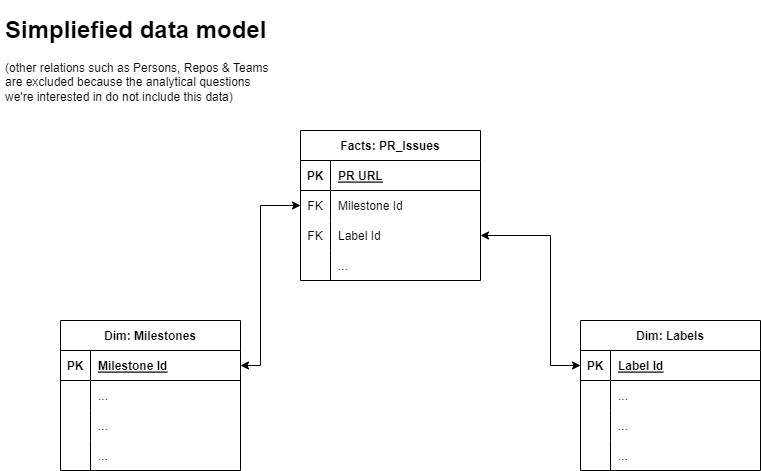
AndyLeGrand/mb-data-warehouse keeps this draw.io diagram as docs/data_model.png. Above is the earlier version. Source tidied: cells renumbered, new cells last; positions are measured from the earlier drawing's top-left corner, leaving out a move shared by most shapes.
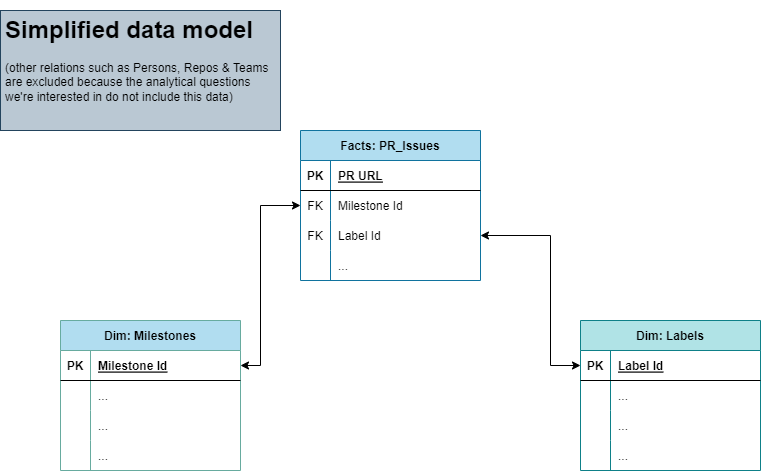
The same diagram one commit later.

Commit message:
added style of data model draw.io for better visualization

The edit, as a diff of the source:
```diff
@@ -2,7 +2,7 @@
   <root>
     <mxCell id="0" />
     <mxCell id="1" parent="0" />
-    <mxCell id="2" value="Facts: PR_Issues" style="shape=table;startSize=30;rowLines=0;fontStyle=1;align=center;" parent="1" vertex="1">
+    <mxCell id="2" value="Facts: PR_Issues" style="shape=table;startSize=30;rowLines=0;fontStyle=1;align=center;strokeColor=#10739e;fillColor=#b1ddf0;fontColor=#000000;" parent="1" vertex="1">
       <mxGeometry x="300" y="120" width="180" height="150" as="geometry" />
     </mxCell>
     <mxCell id="3" style="shape=tableRow;horizontal=0;startSize=0;swimlaneHead=0;swimlaneBody=0;fillColor=none;top=0;left=0;right=0;bottom=1;" parent="2" vertex="1">
@@ -41,7 +41,7 @@
     <mxCell id="14" value="..." style="shape=partialRectangle;fillColor=none;top=0;left=0;bottom=0;right=0;align=left;spacingLeft=6;overflow=hidden;" parent="12" vertex="1">
       <mxGeometry x="30" width="150" height="30" as="geometry" />
     </mxCell>
-    <mxCell id="15" value="Dim: Milestones" style="shape=table;startSize=30;rowLines=0;fontStyle=1;align=center;" parent="1" vertex="1">
+    <mxCell id="15" value="Dim: Milestones" style="shape=table;startSize=30;rowLines=0;fontStyle=1;align=center;fillColor=#b1ddf0;strokeColor=#67AB9F;fontColor=#000000;" parent="1" vertex="1">
       <mxGeometry x="60" y="310" width="180" height="150" as="geometry" />
     </mxCell>
     <mxCell id="16" style="shape=tableRow;horizontal=0;startSize=0;swimlaneHead=0;swimlaneBody=0;fillColor=none;points=[[0,0.5],[1,0.5]];portConstraint=eastwest;top=0;left=0;right=0;bottom=1;" parent="15" vertex="1">
@@ -80,7 +80,7 @@
     <mxCell id="27" value="..." style="shape=partialRectangle;fillColor=none;top=0;left=0;bottom=0;right=0;align=left;spacingLeft=6;overflow=hidden;" parent="25" vertex="1">
       <mxGeometry x="30" width="150" height="30" as="geometry" />
     </mxCell>
-    <mxCell id="28" value="Dim: Labels" style="shape=table;startSize=30;rowLines=0;fontStyle=1;align=center;" parent="1" vertex="1">
+    <mxCell id="28" value="Dim: Labels" style="shape=table;startSize=30;rowLines=0;fontStyle=1;align=center;fillColor=#b0e3e6;strokeColor=#0e8088;" parent="1" vertex="1">
       <mxGeometry x="580" y="310" width="180" height="150" as="geometry" />
     </mxCell>
     <mxCell id="29" style="shape=tableRow;horizontal=0;startSize=0;swimlaneHead=0;swimlaneBody=0;fillColor=none;points=[[0,0.5],[1,0.5]];portConstraint=eastwest;top=0;left=0;right=0;bottom=1;" parent="28" vertex="1">
@@ -135,7 +135,7 @@
         </Array>
       </mxGeometry>
     </mxCell>
-    <mxCell id="43" value="&lt;h1&gt;Simpliefied data model&lt;/h1&gt;&lt;div&gt;(other relations such as Persons, Repos &amp;amp; Teams are excluded because the analytical questions we're interested in do not include this data)&lt;/div&gt;" style="text;html=1;strokeColor=none;fillColor=none;spacing=5;spacingTop=-20;whiteSpace=wrap;overflow=hidden;rounded=0;" parent="1" vertex="1">
+    <mxCell id="43" value="&lt;h1&gt;Simplified data model&lt;/h1&gt;&lt;div&gt;(other relations such as Persons, Repos &amp;amp; Teams are excluded because the analytical questions we're interested in do not include this data)&lt;/div&gt;" style="text;html=1;strokeColor=#23445d;fillColor=#bac8d3;spacing=5;spacingTop=-20;whiteSpace=wrap;overflow=hidden;rounded=0;fontColor=#000000;" parent="1" vertex="1">
       <mxGeometry width="280" height="120" as="geometry" />
     </mxCell>
   </root>
```
